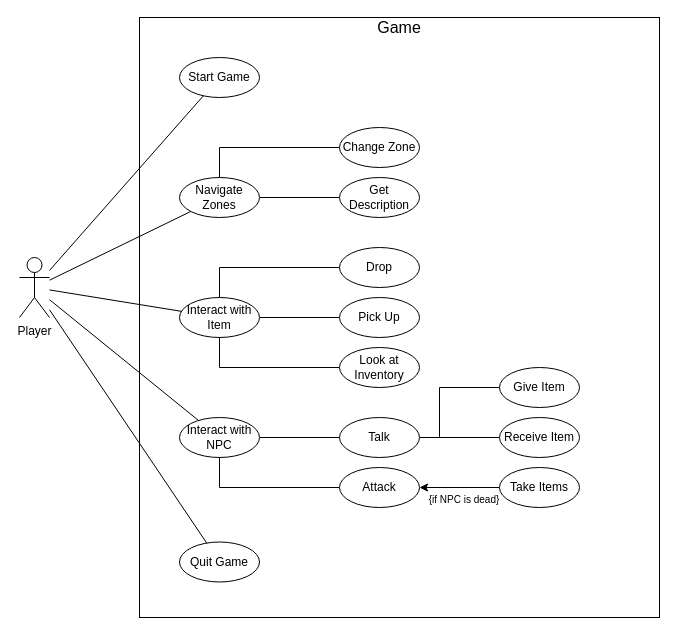
qogoist/LegendsOfAntir keeps this draw.io diagram as page "Use-Case" (1 of 2) of Diagrams/Legends of Antir Diagrams.drawio. Above is the earlier version. Source tidied: cells renumbered, new cells numbered last; positions are measured from the earlier drawing's top-left corner, leaving out a move shared by most shapes. Both pictures are drawn from the tidied source at 100%, with x=0, y=0 at pixel (19, 17).
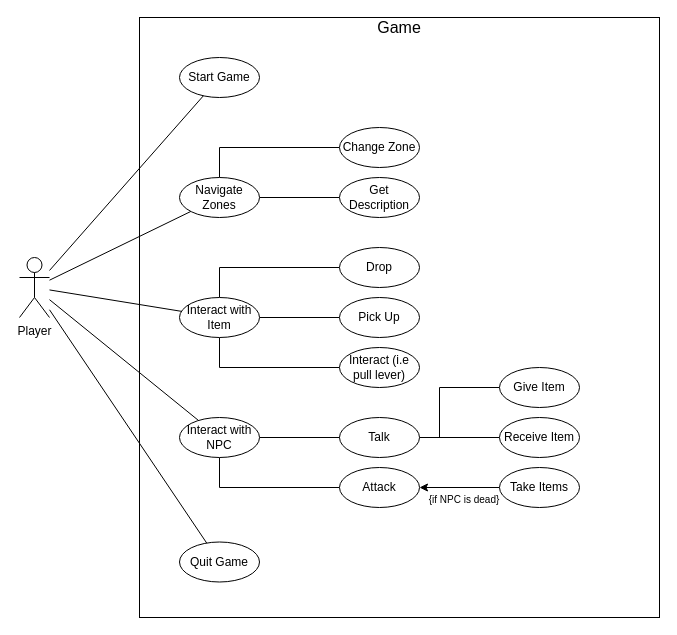
Above is the later version.

What changed in the source:
```diff
@@
-    <mxCell id="24" value="Look at Inventory" style="ellipse;whiteSpace=wrap;html=1;" parent="1" vertex="1">
+    <mxCell id="24" value="Interact (i.e pull lever)" style="ellipse;whiteSpace=wrap;html=1;" parent="1" vertex="1">
       <mxGeometry x="320" y="330" width="80" height="40" as="geometry" />
     </mxCell>
```
